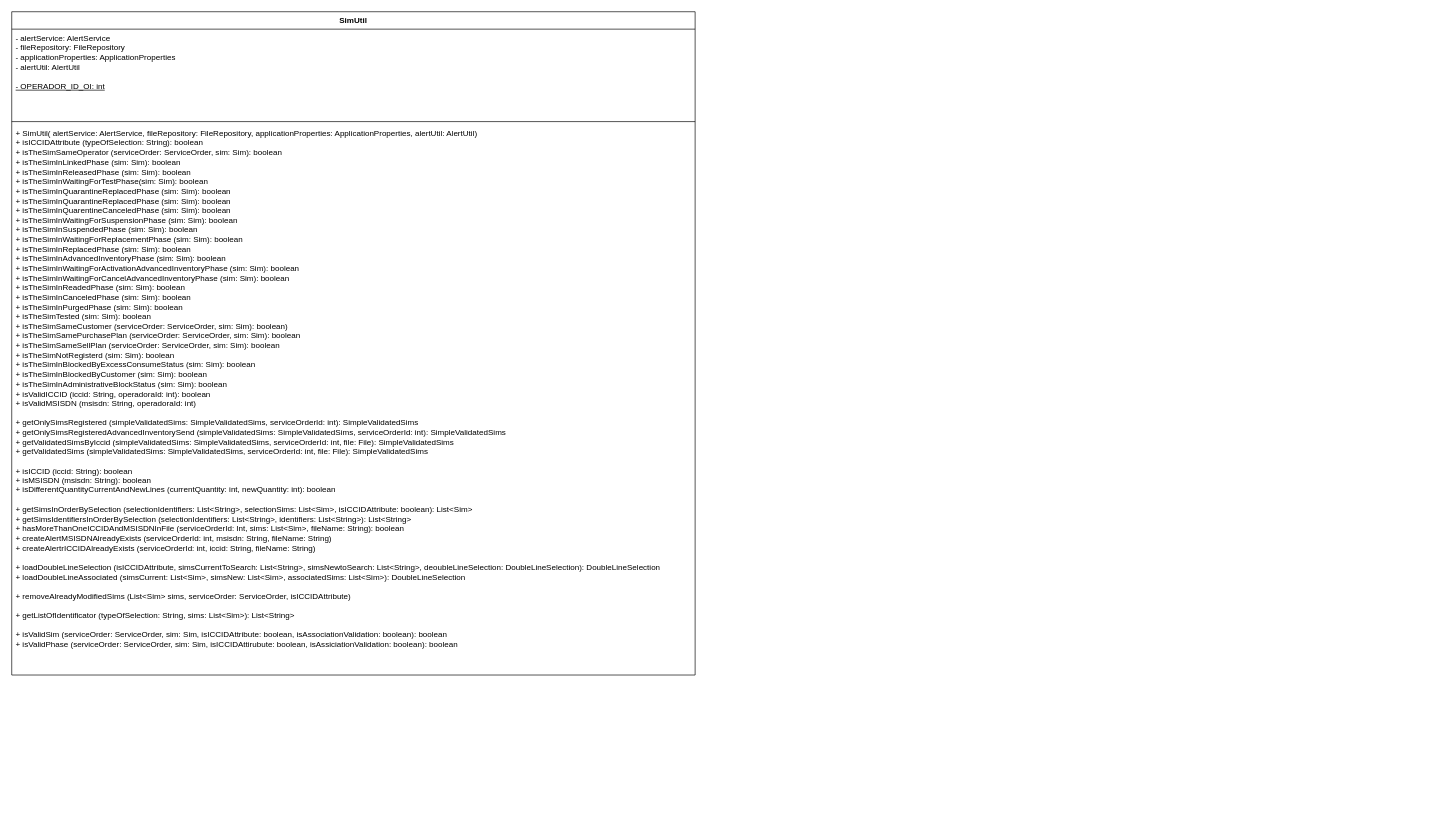
The draw.io diagram SimUtil.drawio in GiovanniMendesC/diagrama-classes-LSM, before the edit. Source tidied: cells renumbered, new cells numbered last; positions are measured from the earlier drawing's top-left corner, leaving out a move shared by most shapes. Both pictures are drawn from the tidied source at 67%, with x=0, y=0 at pixel (11, 11).
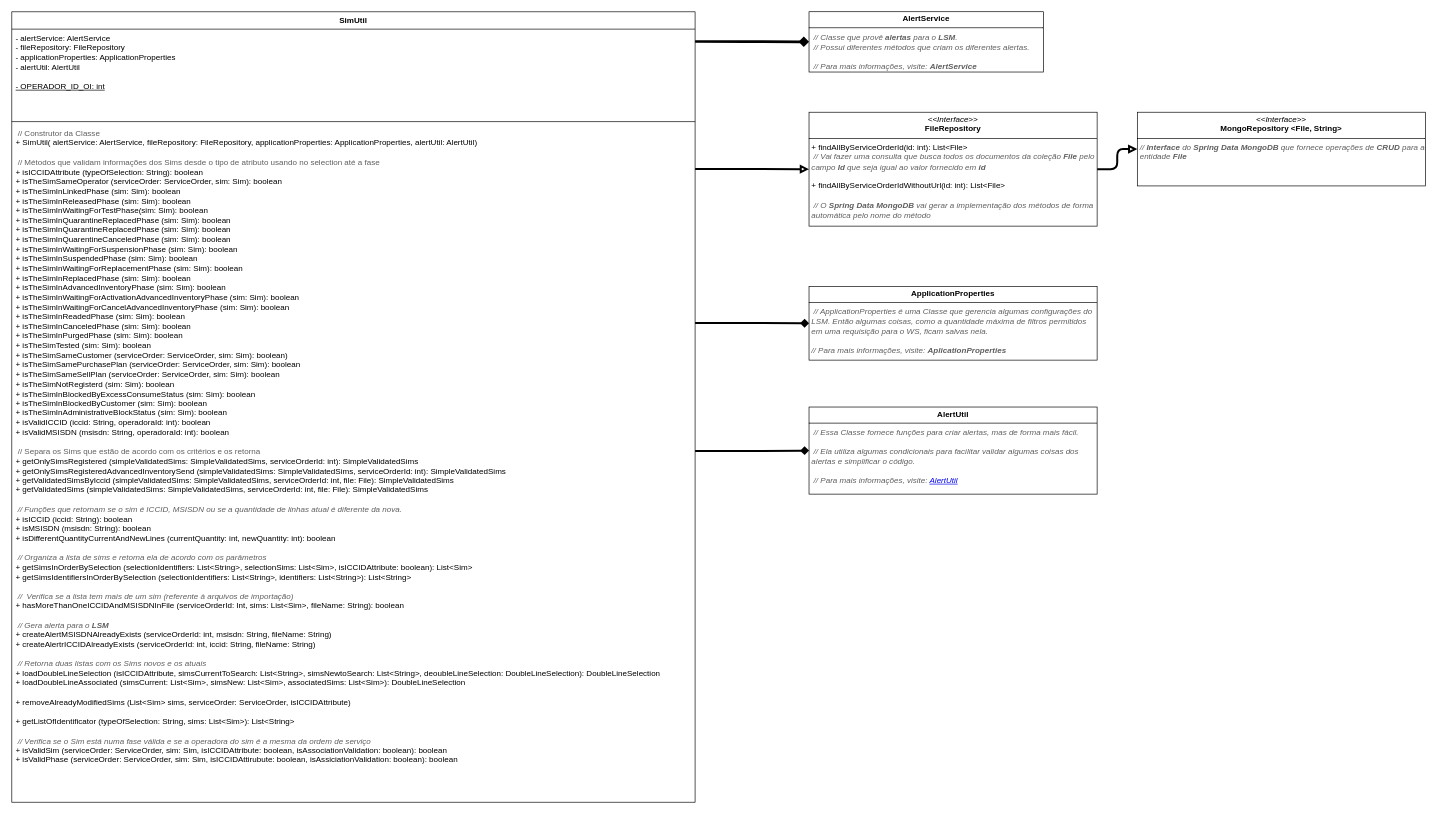
The same diagram, later.

The edit, as a diff of the source:
```diff
@@
 <mxGraphModel>
   <root>
     <mxCell id="0" />
     <mxCell id="1" parent="0" />
+    <mxCell id="6" value="&lt;p style=&quot;margin:0px;margin-top:4px;text-align:center;&quot;&gt;&lt;b&gt;AlertService&lt;/b&gt;&lt;/p&gt;&lt;hr size=&quot;1&quot; style=&quot;border-style:solid;&quot;&gt;&lt;p style=&quot;margin:0px;margin-left:4px;&quot;&gt;&lt;i&gt;&lt;font color=&quot;#5e5e5e&quot;&gt;&amp;nbsp;// Classe que provê &lt;b&gt;alertas &lt;/b&gt;para o &lt;b&gt;LSM&lt;/b&gt;.&amp;nbsp;&lt;/font&gt;&lt;/i&gt;&lt;/p&gt;&lt;p style=&quot;margin:0px;margin-left:4px;&quot;&gt;&lt;i&gt;&lt;font color=&quot;#5e5e5e&quot;&gt;&amp;nbsp;// Possui diferentes métodos que criam os diferentes alertas.&lt;/font&gt;&lt;/i&gt;&lt;/p&gt;&lt;p style=&quot;margin:0px;margin-left:4px;&quot;&gt;&lt;i&gt;&lt;font color=&quot;#5e5e5e&quot;&gt;&lt;br&gt;&lt;/font&gt;&lt;/i&gt;&lt;/p&gt;&lt;p style=&quot;margin:0px;margin-left:4px;&quot;&gt;&lt;i&gt;&lt;font color=&quot;#5e5e5e&quot;&gt;&amp;nbsp;// Para mais informações, visite: &lt;b&gt;AlertService&lt;/b&gt;&lt;/font&gt;&lt;/i&gt;&lt;/p&gt;&lt;p style=&quot;margin:0px;margin-left:4px;&quot;&gt;&lt;br&gt;&lt;/p&gt;" style="verticalAlign=top;align=left;overflow=fill;html=1;whiteSpace=wrap;" parent="1" vertex="1">
+      <mxGeometry x="1190" width="350" height="90" as="geometry" />
+    </mxCell>
+    <mxCell id="7" style="edgeStyle=orthogonalEdgeStyle;rounded=1;jettySize=auto;html=1;entryX=0;entryY=0.5;entryDx=0;entryDy=0;strokeWidth=4;endArrow=diamond;endFill=1;curved=0;exitX=1;exitY=0.138;exitDx=0;exitDy=0;exitPerimeter=0;" parent="1" edge="1" source="3" target="6">
+      <mxGeometry relative="1" as="geometry" />
+    </mxCell>
+    <mxCell id="8" style="edgeStyle=orthogonalEdgeStyle;rounded=1;jettySize=auto;html=1;entryX=0;entryY=0.5;entryDx=0;entryDy=0;strokeWidth=3;endArrow=block;endFill=0;curved=0;" parent="1" edge="1" source="9" target="11">
+      <mxGeometry relative="1" as="geometry" />
+    </mxCell>
+    <mxCell id="9" value="&lt;p style=&quot;margin:0px;margin-top:4px;text-align:center;&quot;&gt;&lt;i&gt;&amp;lt;&amp;lt;Interface&amp;gt;&amp;gt;&lt;/i&gt;&lt;br&gt;&lt;b&gt;FileRepository&lt;/b&gt;&lt;/p&gt;&lt;hr size=&quot;1&quot; style=&quot;border-style:solid;&quot;&gt;&lt;p style=&quot;margin:0px;margin-left:4px;&quot;&gt;+ findAllByServiceOrderId(id: int): List&amp;lt;File&amp;gt;&lt;/p&gt;&lt;p style=&quot;margin:0px;margin-left:4px;&quot;&gt;&amp;nbsp;&lt;span style=&quot;background-color: initial; color: rgb(94, 94, 94); font-style: italic;&quot;&gt;// Vai fazer uma consulta que busca todos os documentos da coleção &lt;b&gt;File&amp;nbsp;&lt;/b&gt;&lt;/span&gt;&lt;span style=&quot;background-color: initial; color: rgb(94, 94, 94); font-style: italic;&quot;&gt;pelo campo &lt;b&gt;Id&amp;nbsp;&lt;/b&gt;&lt;/span&gt;&lt;span style=&quot;background-color: initial; color: rgb(94, 94, 94); font-style: italic;&quot;&gt;que seja igual ao valor fornecido em&amp;nbsp;&lt;/span&gt;&lt;span style=&quot;background-color: initial; font-weight: bold; color: rgb(94, 94, 94); font-style: italic;&quot;&gt;id&lt;/span&gt;&lt;/p&gt;&lt;p style=&quot;margin:0px;margin-left:4px;&quot;&gt;&lt;br&gt;&lt;/p&gt;&lt;p style=&quot;margin:0px;margin-left:4px;&quot;&gt;+ findAllByServiceOrderIdWithoutUrl(id: int): List&amp;lt;File&amp;gt;&lt;/p&gt;&lt;p style=&quot;margin:0px;margin-left:4px;&quot;&gt;&lt;br&gt;&lt;/p&gt;&lt;p style=&quot;margin:0px;margin-left:4px;&quot;&gt;&lt;i&gt;&lt;span style=&quot;color: rgb(94, 94, 94);&quot;&gt;&amp;nbsp;// O&amp;nbsp;&lt;/span&gt;&lt;span style=&quot;font-weight: bold; color: rgb(94, 94, 94);&quot;&gt;Spring Data MongoDB&lt;/span&gt;&lt;span style=&quot;color: rgb(94, 94, 94);&quot;&gt;&amp;nbsp;vai gerar a implementação dos métodos de forma automática pelo nome do método&lt;/span&gt;&lt;/i&gt;&lt;/p&gt;" style="verticalAlign=top;align=left;overflow=fill;html=1;whiteSpace=wrap;" parent="1" vertex="1">
+      <mxGeometry x="1190" y="150" width="430" height="170" as="geometry" />
+    </mxCell>
+    <mxCell id="10" style="edgeStyle=orthogonalEdgeStyle;rounded=1;jettySize=auto;html=1;entryX=0;entryY=0.5;entryDx=0;entryDy=0;strokeWidth=3;endArrow=block;endFill=0;curved=0;exitX=1;exitY=0.066;exitDx=0;exitDy=0;exitPerimeter=0;" parent="1" edge="1" source="5" target="9">
+      <mxGeometry relative="1" as="geometry" />
+    </mxCell>
+    <mxCell id="11" value="&lt;p style=&quot;margin:0px;margin-top:4px;text-align:center;&quot;&gt;&lt;i&gt;&amp;lt;&amp;lt;Interface&amp;gt;&amp;gt;&lt;/i&gt;&lt;br&gt;&lt;b&gt;MongoRepository &amp;lt;File, String&amp;gt;&lt;/b&gt;&lt;/p&gt;&lt;hr size=&quot;1&quot; style=&quot;border-style:solid;&quot;&gt;&lt;p style=&quot;margin:0px;margin-left:4px;&quot;&gt;&lt;i&gt;&lt;font color=&quot;#5e5e5e&quot;&gt;//&amp;nbsp;&lt;span style=&quot;font-weight: bold;&quot;&gt;Interface&lt;/span&gt;&amp;nbsp;do&amp;nbsp;&lt;span style=&quot;font-weight: bold;&quot;&gt;Spring Data MongoDB&lt;/span&gt;&amp;nbsp;que fornece operações de&amp;nbsp;&lt;span style=&quot;font-weight: bold;&quot;&gt;CRUD&lt;/span&gt;&amp;nbsp;para a entidade&amp;nbsp;&lt;span style=&quot;font-weight: bold;&quot;&gt;File&lt;/span&gt;&lt;/font&gt;&lt;/i&gt;&lt;/p&gt;" style="verticalAlign=top;align=left;overflow=fill;html=1;whiteSpace=wrap;" parent="1" vertex="1">
+      <mxGeometry x="1680" y="150" width="430" height="110" as="geometry" />
+    </mxCell>
+    <mxCell id="12" value="&lt;p style=&quot;margin:0px;margin-top:4px;text-align:center;&quot;&gt;&lt;b&gt;ApplicationProperties&lt;/b&gt;&lt;/p&gt;&lt;hr size=&quot;1&quot; style=&quot;border-style:solid;&quot;&gt;&lt;p style=&quot;margin:0px;margin-left:4px;&quot;&gt;&lt;font color=&quot;#5e5e5e&quot;&gt;&lt;i&gt;&amp;nbsp;// ApplicationProperties é uma Classe que gerencia algumas configurações do LSM. Então algumas coisas, como a quantidade máxima de filtros permitidos em uma requisição para o WS, ficam salvas nela.&lt;/i&gt;&lt;/font&gt;&lt;/p&gt;&lt;p style=&quot;margin:0px;margin-left:4px;&quot;&gt;&lt;font color=&quot;#5e5e5e&quot;&gt;&lt;i&gt;&lt;br&gt;&lt;/i&gt;&lt;/font&gt;&lt;/p&gt;&lt;p style=&quot;margin:0px;margin-left:4px;&quot;&gt;&lt;font color=&quot;#5e5e5e&quot;&gt;&lt;i&gt;// Para mais informações, visite: &lt;b&gt;AplicationProperties&lt;/b&gt;&lt;/i&gt;&lt;/font&gt;&lt;/p&gt;" style="verticalAlign=top;align=left;overflow=fill;html=1;whiteSpace=wrap;" parent="1" vertex="1">
+      <mxGeometry x="1190" y="410" width="430" height="110" as="geometry" />
+    </mxCell>
+    <mxCell id="13" style="edgeStyle=orthogonalEdgeStyle;rounded=0;jettySize=auto;html=1;entryX=0;entryY=0.5;entryDx=0;entryDy=0;strokeWidth=3;endArrow=diamond;endFill=1;exitX=1;exitY=0.293;exitDx=0;exitDy=0;exitPerimeter=0;" parent="1" edge="1" source="5" target="12">
+      <mxGeometry relative="1" as="geometry" />
+    </mxCell>
     <mxCell id="2" value="SimUtil" style="swimlane;fontStyle=1;align=center;verticalAlign=top;horizontal=1;startSize=26;whiteSpace=wrap;html=1;" parent="1" vertex="1">
-      <mxGeometry width="1020" height="990" as="geometry" />
+      <mxGeometry width="1020" height="1180" as="geometry" />
     </mxCell>
     <mxCell id="3" value="- alertService: AlertService&lt;div&gt;- fileRepository: FileRepository&lt;/div&gt;&lt;div&gt;- applicationProperties: ApplicationProperties&lt;/div&gt;&lt;div&gt;- alertUtil: AlertUtil&lt;/div&gt;&lt;div&gt;&lt;br&gt;&lt;/div&gt;&lt;div&gt;&lt;u&gt;- OPERADOR_ID_OI: int&lt;/u&gt;&lt;/div&gt;" style="text;strokeColor=none;fillColor=none;align=left;verticalAlign=top;spacingLeft=4;spacingRight=4;overflow=hidden;points=[[0,0.5],[1,0.5]];portConstraint=eastwest;whiteSpace=wrap;html=1;" parent="2" vertex="1">
       <mxGeometry y="26" width="1020" height="134" as="geometry" />
     </mxCell>
     <mxCell id="4" style="line;strokeWidth=1;fillColor=none;align=left;verticalAlign=middle;spacingTop=-1;spacingLeft=3;spacingRight=3;labelPosition=right;strokeColor=inherit;" parent="2" vertex="1">
       <mxGeometry y="160" width="1020" height="8" as="geometry" />
     </mxCell>
-    <mxCell id="5" value="+ SimUtil( alertService: AlertService, fileRepository: FileRepository, applicationProperties: ApplicationProperties, alertUtil: AlertUtil)&lt;div&gt;+ isICCIDAttribute (typeOfSelection: String): boolean&lt;/div&gt;&lt;div&gt;+ isTheSimSameOperator (serviceOrder: ServiceOrder, sim: Sim): boolean&lt;/div&gt;&lt;div&gt;+ isTheSimInLinkedPhase (sim: Sim): boolean&lt;/div&gt;&lt;div&gt;+ isTheSimInReleasedPhase (sim: Sim): boolean&lt;/div&gt;&lt;div&gt;+ isTheSimInWaitingForTestPhase(sim: Sim): boolean&lt;/div&gt;&lt;div&gt;+ isTheSimInQuarantineReplacedPhase (sim: Sim): boolean&lt;/div&gt;&lt;div&gt;+ isTheSimInQuarantineReplacedPhase (sim: Sim): boolean&lt;/div&gt;&lt;div&gt;+ isTheSimInQuarentineCanceledPhase (sim: Sim): boolean&lt;/div&gt;&lt;div&gt;+ isTheSimInWaitingForSuspensionPhase (sim: Sim): boolean&lt;/div&gt;&lt;div&gt;+ isTheSimInSuspendedPhase (sim: Sim): boolean&lt;/div&gt;&lt;div&gt;+ isTheSimInWaitingForReplacementPhase (sim: Sim): boolean&lt;/div&gt;&lt;div&gt;+ isTheSimInReplacedPhase (sim: Sim): boolean&lt;/div&gt;&lt;div&gt;+ isTheSimInAdvancedInventoryPhase (sim: Sim): boolean&lt;/div&gt;&lt;div&gt;+ isTheSimInWaitingForActivationAdvancedInventoryPhase (sim: Sim): boolean&lt;/div&gt;&lt;div&gt;+ isTheSimInWaitingForCancelAdvancedInventoryPhase (sim: Sim): boolean&lt;/div&gt;&lt;div&gt;+ isTheSimInReadedPhase (sim: Sim): boolean&lt;/div&gt;&lt;div&gt;+ isTheSimInCanceledPhase (sim: Sim): boolean&lt;/div&gt;&lt;div&gt;+ isTheSimInPurgedPhase (sim: Sim): boolean&lt;/div&gt;&lt;div&gt;+ isTheSimTested (sim: Sim): boolean&lt;/div&gt;&lt;div&gt;+ isTheSimSameCustomer (serviceOrder: ServiceOrder, sim: Sim): boolean)&lt;/div&gt;&lt;div&gt;+ isTheSimSamePurchasePlan (serviceOrder: ServiceOrder, sim: Sim): boolean&lt;/div&gt;&lt;div&gt;+ isTheSimSameSellPlan (serviceOrder: ServiceOrder, sim: Sim): boolean&lt;/div&gt;&lt;div&gt;+ isTheSimNotRegisterd (sim: Sim): boolean&lt;/div&gt;&lt;div&gt;+ isTheSimInBlockedByExcessConsumeStatus (sim: Sim): boolean&lt;/div&gt;&lt;div&gt;+ isTheSimInBlockedByCustomer (sim: Sim): boolean&lt;/div&gt;&lt;div&gt;+ isTheSimInAdministrativeBlockStatus (sim: Sim): boolean&lt;/div&gt;&lt;div&gt;+ isValidICCID (iccid: String, operadoraId: int): boolean&lt;/div&gt;&lt;div&gt;+ isValidMSISDN (msisdn: String, operadoraId: int)&lt;/div&gt;&lt;div&gt;&lt;br&gt;&lt;/div&gt;&lt;div&gt;+ getOnlySimsRegistered (simpleValidatedSims: SimpleValidatedSims, serviceOrderId: int): SimpleValidatedSims&lt;/div&gt;&lt;div&gt;&lt;/div&gt;+ getOnlySimsRegisteredAdvancedInventorySend (simpleValidatedSims: SimpleValidatedSims, serviceOrderId: int): SimpleValidatedSims&lt;div&gt;+ getValidatedSimsByIccid (simpleValidatedSims: SimpleValidatedSims, serviceOrderId: int, file: File): SimpleValidatedSims&lt;/div&gt;&lt;div&gt;&lt;/div&gt;+ getValidatedSims (simpleValidatedSims: SimpleValidatedSims, serviceOrderId: int, file: File): SimpleValidatedSims&lt;div&gt;&lt;br&gt;&lt;/div&gt;&lt;div&gt;+ isICCID (iccid: String): boolean&lt;/div&gt;&lt;div&gt;+ isMSISDN (msisdn: String): boolean&lt;/div&gt;&lt;div&gt;+ isDifferentQuantityCurrentAndNewLines (currentQuantity: int, newQuantity: int): boolean&lt;/div&gt;&lt;div&gt;&lt;br&gt;&lt;/div&gt;&lt;div&gt;+ getSimsInOrderBySelection (selectionIdentifiers: List&amp;lt;String&amp;gt;, selectionSims: List&amp;lt;Sim&amp;gt;, isICCIDAttribute: boolean): List&amp;lt;Sim&amp;gt;&lt;/div&gt;&lt;div&gt;+ getSimsIdentifiersInOrderBySelection (selectionIdentifiers: List&amp;lt;String&amp;gt;, identifiers: List&amp;lt;String&amp;gt;): List&amp;lt;String&amp;gt;&lt;/div&gt;&lt;div&gt;+ hasMoreThanOneICCIDAndMSISDNInFile (serviceOrderId: Int, sims: List&amp;lt;Sim&amp;gt;, fileName: String): boolean&lt;/div&gt;&lt;div&gt;+ createAlertMSISDNAlreadyExists (serviceOrderId: int, msisdn: String, fileName: String)&lt;/div&gt;&lt;div&gt;+ createAlertrICCIDAlreadyExists (serviceOrderId: int, iccid: String, fileName: String)&lt;/div&gt;&lt;div&gt;&lt;br&gt;&lt;/div&gt;&lt;div&gt;+ loadDoubleLineSelection (isICCIDAttribute, simsCurrentToSearch: List&amp;lt;String&amp;gt;, simsNewtoSearch: List&amp;lt;String&amp;gt;, deoubleLineSelection: DoubleLineSelection): DoubleLineSelection&lt;/div&gt;&lt;div&gt;+ loadDoubleLineAssociated (simsCurrent: List&amp;lt;Sim&amp;gt;, simsNew: List&amp;lt;Sim&amp;gt;, associatedSims: List&amp;lt;Sim&amp;gt;): DoubleLineSelection&lt;/div&gt;&lt;div&gt;&lt;br&gt;&lt;/div&gt;&lt;div&gt;+ removeAlreadyModifiedSims (List&amp;lt;Sim&amp;gt; sims, serviceOrder: ServiceOrder, isICCIDAttribute)&lt;/div&gt;&lt;div&gt;&lt;br&gt;&lt;/div&gt;&lt;div&gt;+ getListOfIdentificator (typeOfSelection: String, sims: List&amp;lt;Sim&amp;gt;): List&amp;lt;String&amp;gt;&lt;/div&gt;&lt;div&gt;&lt;br&gt;&lt;/div&gt;&lt;div&gt;+ isValidSim (serviceOrder: ServiceOrder, sim: Sim, isICCIDAttribute: boolean, isAssociationValidation: boolean): boolean&lt;/div&gt;&lt;div&gt;+ isValidPhase (serviceOrder: ServiceOrder, sim: Sim, isICCIDAttirubute: boolean, isAssiciationValidation: boolean): boolean&lt;/div&gt;&lt;div&gt;&lt;br&gt;&lt;/div&gt;" style="text;strokeColor=none;fillColor=none;align=left;verticalAlign=top;spacingLeft=4;spacingRight=4;overflow=hidden;points=[[0,0.5],[1,0.5]];portConstraint=eastwest;whiteSpace=wrap;html=1;" parent="2" vertex="1">
-      <mxGeometry y="168" width="1020" height="822" as="geometry" />
+    <mxCell id="5" value="&lt;div&gt;&lt;font color=&quot;#5e5e5e&quot;&gt;&amp;nbsp;// Construtor da Classe&lt;/font&gt;&lt;/div&gt;+ SimUtil( alertService: AlertService, fileRepository: FileRepository, applicationProperties: ApplicationProperties, alertUtil: AlertUtil)&lt;div&gt;&lt;br&gt;&lt;/div&gt;&lt;div&gt;&lt;font color=&quot;#5e5e5e&quot;&gt;&amp;nbsp;// Métodos que validam informações dos Sims desde o tipo de atributo usando no selection até a fase&lt;br&gt;&lt;/font&gt;&lt;div&gt;+ isICCIDAttribute (typeOfSelection: String): boolean&lt;/div&gt;&lt;div&gt;+ isTheSimSameOperator (serviceOrder: ServiceOrder, sim: Sim): boolean&lt;/div&gt;&lt;div&gt;+ isTheSimInLinkedPhase (sim: Sim): boolean&lt;/div&gt;&lt;div&gt;+ isTheSimInReleasedPhase (sim: Sim): boolean&lt;/div&gt;&lt;div&gt;+ isTheSimInWaitingForTestPhase(sim: Sim): boolean&lt;/div&gt;&lt;div&gt;+ isTheSimInQuarantineReplacedPhase (sim: Sim): boolean&lt;/div&gt;&lt;div&gt;+ isTheSimInQuarantineReplacedPhase (sim: Sim): boolean&lt;/div&gt;&lt;div&gt;+ isTheSimInQuarentineCanceledPhase (sim: Sim): boolean&lt;/div&gt;&lt;div&gt;+ isTheSimInWaitingForSuspensionPhase (sim: Sim): boolean&lt;/div&gt;&lt;div&gt;+ isTheSimInSuspendedPhase (sim: Sim): boolean&lt;/div&gt;&lt;div&gt;+ isTheSimInWaitingForReplacementPhase (sim: Sim): boolean&lt;/div&gt;&lt;div&gt;+ isTheSimInReplacedPhase (sim: Sim): boolean&lt;/div&gt;&lt;div&gt;+ isTheSimInAdvancedInventoryPhase (sim: Sim): boolean&lt;/div&gt;&lt;div&gt;+ isTheSimInWaitingForActivationAdvancedInventoryPhase (sim: Sim): boolean&lt;/div&gt;&lt;div&gt;+ isTheSimInWaitingForCancelAdvancedInventoryPhase (sim: Sim): boolean&lt;/div&gt;&lt;div&gt;+ isTheSimInReadedPhase (sim: Sim): boolean&lt;/div&gt;&lt;div&gt;+ isTheSimInCanceledPhase (sim: Sim): boolean&lt;/div&gt;&lt;div&gt;+ isTheSimInPurgedPhase (sim: Sim): boolean&lt;/div&gt;&lt;div&gt;+ isTheSimTested (sim: Sim): boolean&lt;/div&gt;&lt;div&gt;+ isTheSimSameCustomer (serviceOrder: ServiceOrder, sim: Sim): boolean)&lt;/div&gt;&lt;div&gt;+ isTheSimSamePurchasePlan (serviceOrder: ServiceOrder, sim: Sim): boolean&lt;/div&gt;&lt;div&gt;+ isTheSimSameSellPlan (serviceOrder: ServiceOrder, sim: Sim): boolean&lt;/div&gt;&lt;div&gt;+ isTheSimNotRegisterd (sim: Sim): boolean&lt;/div&gt;&lt;div&gt;+ isTheSimInBlockedByExcessConsumeStatus (sim: Sim): boolean&lt;/div&gt;&lt;div&gt;+ isTheSimInBlockedByCustomer (sim: Sim): boolean&lt;/div&gt;&lt;div&gt;+ isTheSimInAdministrativeBlockStatus (sim: Sim): boolean&lt;/div&gt;&lt;div&gt;+ isValidICCID (iccid: String, operadoraId: int): boolean&lt;/div&gt;&lt;div&gt;+ isValidMSISDN (msisdn: String, operadoraId: int): boolean&lt;/div&gt;&lt;div&gt;&lt;br&gt;&lt;/div&gt;&lt;div&gt;&lt;font color=&quot;#5e5e5e&quot;&gt;&amp;nbsp;// Separa os Sims que estão de acordo com os critérios e os retorna&lt;/font&gt;&lt;/div&gt;&lt;div&gt;+ getOnlySimsRegistered (simpleValidatedSims: SimpleValidatedSims, serviceOrderId: int): SimpleValidatedSims&lt;/div&gt;&lt;div&gt;&lt;/div&gt;+ getOnlySimsRegisteredAdvancedInventorySend (simpleValidatedSims: SimpleValidatedSims, serviceOrderId: int): SimpleValidatedSims&lt;div&gt;+ getValidatedSimsByIccid (simpleValidatedSims: SimpleValidatedSims, serviceOrderId: int, file: File): SimpleValidatedSims&lt;/div&gt;&lt;div&gt;&lt;/div&gt;+ getValidatedSims (simpleValidatedSims: SimpleValidatedSims, serviceOrderId: int, file: File): SimpleValidatedSims&lt;div&gt;&lt;br&gt;&lt;/div&gt;&lt;div&gt;&lt;i&gt;&lt;font color=&quot;#5e5e5e&quot;&gt;&amp;nbsp;// Funções que retornam se o sim é ICCID, MSISDN ou se a quantidade de linhas atual é diferente da nova.&amp;nbsp;&lt;/font&gt;&lt;/i&gt;&lt;/div&gt;&lt;div&gt;+ isICCID (iccid: String): boolean&lt;/div&gt;&lt;div&gt;+ isMSISDN (msisdn: String): boolean&lt;/div&gt;&lt;div&gt;+ isDifferentQuantityCurrentAndNewLines (currentQuantity: int, newQuantity: int): boolean&lt;/div&gt;&lt;div&gt;&lt;br&gt;&lt;/div&gt;&lt;div&gt;&lt;font color=&quot;#5e5e5e&quot;&gt;&lt;i&gt;&amp;nbsp;// Organiza a lista de sims e retorna ela de acordo com os parâmetros&lt;/i&gt;&lt;/font&gt;&lt;/div&gt;&lt;div&gt;+ getSimsInOrderBySelection (selectionIdentifiers: List&amp;lt;String&amp;gt;, selectionSims: List&amp;lt;Sim&amp;gt;, isICCIDAttribute: boolean): List&amp;lt;Sim&amp;gt;&lt;/div&gt;&lt;div&gt;+ getSimsIdentifiersInOrderBySelection (selectionIdentifiers: List&amp;lt;String&amp;gt;, identifiers: List&amp;lt;String&amp;gt;): List&amp;lt;String&amp;gt;&lt;/div&gt;&lt;div&gt;&lt;br&gt;&lt;/div&gt;&lt;div&gt;&lt;i&gt;&lt;font color=&quot;#5e5e5e&quot;&gt;&amp;nbsp;//&amp;nbsp; Verifica se a lista tem mais de um sim (referente à arquivos de importação)&lt;/font&gt;&lt;/i&gt;&lt;/div&gt;&lt;div&gt;+ hasMoreThanOneICCIDAndMSISDNInFile (serviceOrderId: Int, sims: List&amp;lt;Sim&amp;gt;, fileName: String): boolean&lt;/div&gt;&lt;div&gt;&lt;br&gt;&lt;/div&gt;&lt;div&gt;&lt;font color=&quot;#5e5e5e&quot;&gt;&lt;i&gt;&amp;nbsp;// Gera alerta para o &lt;b&gt;LSM&lt;/b&gt;&lt;/i&gt;&lt;/font&gt;&lt;/div&gt;&lt;div&gt;+ createAlertMSISDNAlreadyExists (serviceOrderId: int, msisdn: String, fileName: String)&lt;/div&gt;&lt;div&gt;+ createAlertrICCIDAlreadyExists (serviceOrderId: int, iccid: String, fileName: String)&lt;/div&gt;&lt;div&gt;&lt;br&gt;&lt;/div&gt;&lt;div&gt;&lt;i&gt;&lt;font color=&quot;#5e5e5e&quot;&gt;&amp;nbsp;// Retorna duas listas com os Sims novos e os atuais&lt;/font&gt;&lt;/i&gt;&lt;/div&gt;&lt;div&gt;+ loadDoubleLineSelection (isICCIDAttribute, simsCurrentToSearch: List&amp;lt;String&amp;gt;, simsNewtoSearch: List&amp;lt;String&amp;gt;, deoubleLineSelection: DoubleLineSelection): DoubleLineSelection&lt;/div&gt;&lt;div&gt;+ loadDoubleLineAssociated (simsCurrent: List&amp;lt;Sim&amp;gt;, simsNew: List&amp;lt;Sim&amp;gt;, associatedSims: List&amp;lt;Sim&amp;gt;): DoubleLineSelection&lt;/div&gt;&lt;div&gt;&lt;br&gt;&lt;/div&gt;&lt;div&gt;+ removeAlreadyModifiedSims (List&amp;lt;Sim&amp;gt; sims, serviceOrder: ServiceOrder, isICCIDAttribute)&lt;/div&gt;&lt;div&gt;&lt;br&gt;&lt;/div&gt;&lt;div&gt;+ getListOfIdentificator (typeOfSelection: String, sims: List&amp;lt;Sim&amp;gt;): List&amp;lt;String&amp;gt;&lt;/div&gt;&lt;div&gt;&lt;br&gt;&lt;/div&gt;&lt;div&gt;&lt;i&gt;&lt;font color=&quot;#5e5e5e&quot;&gt;&amp;nbsp;// Verifica se o Sim está numa fase válida e se a operadora do sim é a mesma da ordem de serviço&lt;/font&gt;&lt;/i&gt;&lt;/div&gt;&lt;div&gt;+ isValidSim (serviceOrder: ServiceOrder, sim: Sim, isICCIDAttribute: boolean, isAssociationValidation: boolean): boolean&lt;/div&gt;&lt;div&gt;+ isValidPhase (serviceOrder: ServiceOrder, sim: Sim, isICCIDAttirubute: boolean, isAssiciationValidation: boolean): boolean&lt;/div&gt;&lt;div&gt;&lt;br&gt;&lt;/div&gt;&lt;/div&gt;" style="text;strokeColor=none;fillColor=none;align=left;verticalAlign=top;spacingLeft=4;spacingRight=4;overflow=hidden;points=[[0,0.5],[1,0.5]];portConstraint=eastwest;whiteSpace=wrap;html=1;" parent="2" vertex="1">
+      <mxGeometry y="168" width="1020" height="1012" as="geometry" />
     </mxCell>
+    <mxCell id="14" style="edgeStyle=orthogonalEdgeStyle;rounded=0;orthogonalLoop=1;jettySize=auto;html=1;exitX=1;exitY=0.5;exitDx=0;exitDy=0;" parent="2" edge="1" source="3" target="3">
+      <mxGeometry relative="1" as="geometry" />
+    </mxCell>
+    <mxCell id="15" value="&lt;p style=&quot;margin:0px;margin-top:4px;text-align:center;&quot;&gt;&lt;b&gt;AlertUtil&lt;/b&gt;&lt;/p&gt;&lt;hr size=&quot;1&quot; style=&quot;border-style:solid;&quot;&gt;&lt;p style=&quot;margin:0px;margin-left:4px;&quot;&gt;&lt;font color=&quot;#5e5e5e&quot;&gt;&amp;nbsp;&lt;i&gt;// Essa Classe fornece funções para criar alertas, mas de forma mais fácil.&lt;/i&gt;&lt;/font&gt;&lt;/p&gt;&lt;p style=&quot;margin:0px;margin-left:4px;&quot;&gt;&lt;i&gt;&lt;font color=&quot;#5e5e5e&quot;&gt;&lt;br&gt;&lt;/font&gt;&lt;/i&gt;&lt;/p&gt;&lt;p style=&quot;margin:0px;margin-left:4px;&quot;&gt;&lt;i&gt;&lt;font color=&quot;#5e5e5e&quot;&gt;&amp;nbsp;// Ela utiliza algumas condicionais para facilitar validar algumas coisas dos alertas e simplificar o código.&lt;/font&gt;&lt;/i&gt;&lt;/p&gt;&lt;p style=&quot;margin:0px;margin-left:4px;&quot;&gt;&lt;i&gt;&lt;font color=&quot;#5e5e5e&quot;&gt;&lt;br&gt;&lt;/font&gt;&lt;/i&gt;&lt;/p&gt;&lt;p style=&quot;margin:0px;margin-left:4px;&quot;&gt;&lt;i&gt;&lt;font color=&quot;#5e5e5e&quot;&gt;&amp;nbsp;// Para mais informações, visite: &lt;a href=&quot;https://app.diagrams.net/#HGiovanniMendesC%2Fdiagrama-classes-LSM%2Fmain%2FAlertUtil.drawio#%7B%22pageId%22%3A%22fKPe8ztSodnws2ul9CdE%22%7D&quot;&gt;AlertUtil&lt;/a&gt;&lt;/font&gt;&lt;/i&gt;&lt;/p&gt;" style="verticalAlign=top;align=left;overflow=fill;html=1;whiteSpace=wrap;" parent="1" vertex="1">
+      <mxGeometry x="1190" y="590" width="430" height="130" as="geometry" />
+    </mxCell>
+    <mxCell id="16" style="edgeStyle=orthogonalEdgeStyle;rounded=0;jettySize=auto;html=1;entryX=0;entryY=0.5;entryDx=0;entryDy=0;exitX=1;exitY=0.482;exitDx=0;exitDy=0;exitPerimeter=0;strokeWidth=3;endArrow=diamond;endFill=1;" parent="1" edge="1" source="5" target="15">
+      <mxGeometry relative="1" as="geometry" />
+    </mxCell>
   </root>
 </mxGraphModel>
```
